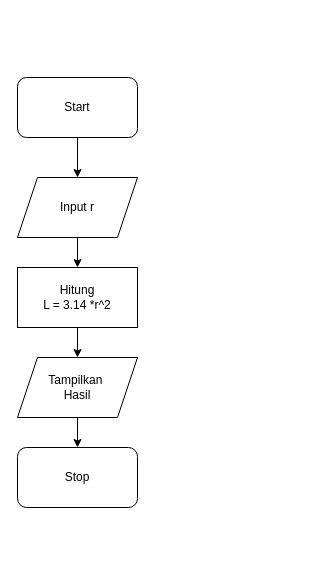
Earlier version of the draw.io diagram Untitled Diagram.drawio (DioDiZy/diyowfilm). Source tidied: cells renumbered, new cells numbered last; positions are measured from the earlier drawing's top-left corner, leaving out a move shared by most shapes. Both pictures are drawn from the tidied source at 100%, with x=0, y=0 at pixel (17, 77).
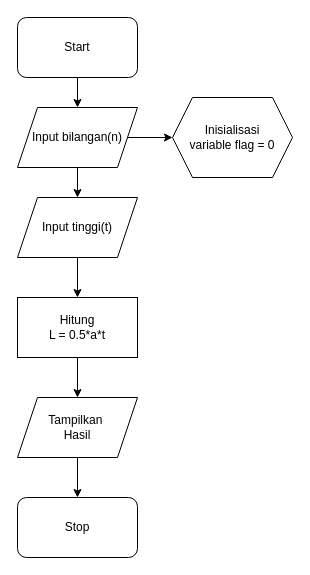
The same page after the edit.

The edit, as a diff of the source:
```diff
@@
 <mxGraphModel>
   <root>
     <mxCell id="0" />
     <mxCell id="1" parent="0" />
     <mxCell id="2" style="edgeStyle=orthogonalEdgeStyle;rounded=0;jettySize=auto;html=1;" parent="1" edge="1" source="3" target="6">
       <mxGeometry relative="1" as="geometry" />
     </mxCell>
     <mxCell id="3" value="Start" style="rounded=1;whiteSpace=wrap;html=1;" parent="1" vertex="1">
-      <mxGeometry width="120" height="60" as="geometry" />
+      <mxGeometry y="-60" width="120" height="60" as="geometry" />
     </mxCell>
     <mxCell id="4" value="Stop" style="rounded=1;whiteSpace=wrap;html=1;" parent="1" vertex="1">
-      <mxGeometry y="370" width="120" height="60" as="geometry" />
+      <mxGeometry y="420" width="120" height="60" as="geometry" />
     </mxCell>
-    <mxCell id="5" style="edgeStyle=orthogonalEdgeStyle;rounded=0;jettySize=auto;html=1;" parent="1" edge="1" source="6" target="8">
-      <mxGeometry relative="1" as="geometry" />
-    </mxCell>
+    <mxCell id="11" style="edgeStyle=orthogonalEdgeStyle;rounded=0;jettySize=auto;html=1;" parent="1" edge="1" source="6" target="14">
+      <mxGeometry relative="1" as="geometry" />
+    </mxCell>
+    <mxCell id="12" style="edgeStyle=orthogonalEdgeStyle;rounded=0;jettySize=auto;html=1;" parent="1" edge="1" source="6" target="15">
+      <mxGeometry relative="1" as="geometry" />
+    </mxCell>
-    <mxCell id="6" value="Input r" style="shape=parallelogram;perimeter=parallelogramPerimeter;whiteSpace=wrap;html=1;fixedSize=1;" parent="1" vertex="1">
-      <mxGeometry y="100" width="120" height="60" as="geometry" />
+    <mxCell id="6" value="Input bilangan(n)" style="shape=parallelogram;perimeter=parallelogramPerimeter;whiteSpace=wrap;html=1;fixedSize=1;" parent="1" vertex="1">
+      <mxGeometry y="30" width="120" height="60" as="geometry" />
     </mxCell>
     <mxCell id="7" style="edgeStyle=orthogonalEdgeStyle;rounded=0;jettySize=auto;html=1;" parent="1" edge="1" source="8" target="10">
       <mxGeometry relative="1" as="geometry" />
     </mxCell>
-    <mxCell id="8" value="Hitung&lt;br&gt;L = 3.14 *r^2" style="rounded=0;whiteSpace=wrap;html=1;" parent="1" vertex="1">
-      <mxGeometry y="190" width="120" height="60" as="geometry" />
+    <mxCell id="8" value="Hitung&lt;br&gt;L = 0.5*a*t" style="rounded=0;whiteSpace=wrap;html=1;" parent="1" vertex="1">
+      <mxGeometry y="220" width="120" height="60" as="geometry" />
     </mxCell>
     <mxCell id="9" style="edgeStyle=orthogonalEdgeStyle;rounded=0;jettySize=auto;html=1;" parent="1" edge="1" source="10" target="4">
       <mxGeometry relative="1" as="geometry" />
     </mxCell>
     <mxCell id="10" value="Tampilkan&amp;nbsp;&lt;br&gt;Hasil" style="shape=parallelogram;perimeter=parallelogramPerimeter;whiteSpace=wrap;html=1;fixedSize=1;" parent="1" vertex="1">
-      <mxGeometry y="280" width="120" height="60" as="geometry" />
+      <mxGeometry y="320" width="120" height="60" as="geometry" />
     </mxCell>
+    <mxCell id="13" style="edgeStyle=orthogonalEdgeStyle;rounded=0;jettySize=auto;html=1;" parent="1" edge="1" source="14" target="8">
+      <mxGeometry relative="1" as="geometry" />
+    </mxCell>
+    <mxCell id="14" value="Input tinggi(t)" style="shape=parallelogram;perimeter=parallelogramPerimeter;whiteSpace=wrap;html=1;fixedSize=1;" parent="1" vertex="1">
+      <mxGeometry y="120" width="120" height="60" as="geometry" />
+    </mxCell>
+    <mxCell id="15" value="Inisialisasi&lt;br&gt;variable flag = 0" style="shape=hexagon;perimeter=hexagonPerimeter2;whiteSpace=wrap;html=1;fixedSize=1;" parent="1" vertex="1">
+      <mxGeometry x="155" y="20" width="120" height="80" as="geometry" />
+    </mxCell>
   </root>
 </mxGraphModel>
```
